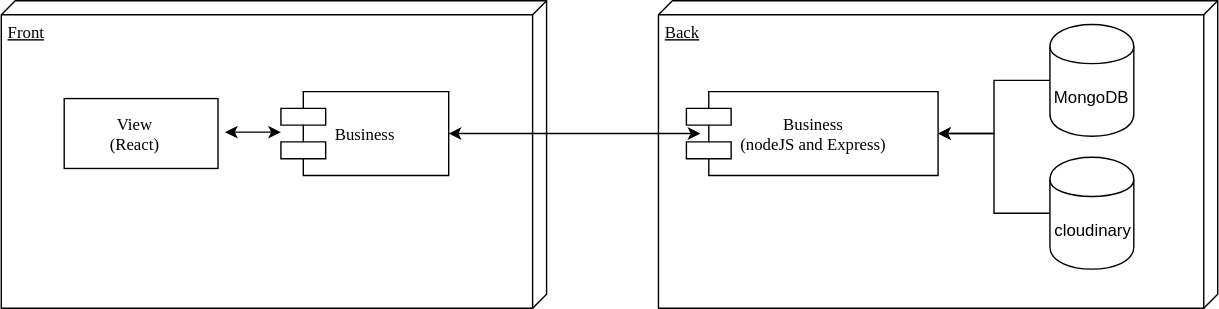
Before: skysquare-docs/images/block-diagram.svg, a diagram exported from draw.io (anasanjuan/skysquare). Source tidied: cells renumbered, new cells last; positions are measured from the earlier drawing's top-left corner, leaving out a move shared by most shapes.
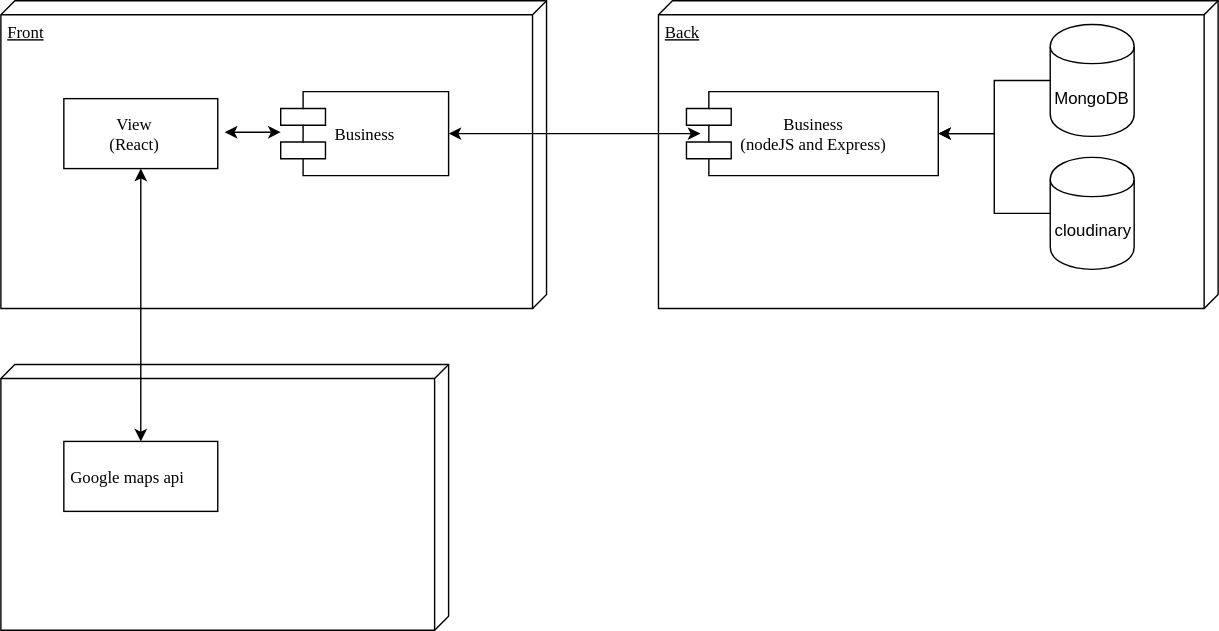
After the commit.

Diff of the diagram source:
```diff
@@ -5,6 +5,9 @@
     <mxCell id="2" value="Front" style="verticalAlign=top;align=left;spacingTop=8;spacingLeft=2;spacingRight=12;shape=cube;size=10;direction=south;fontStyle=4;html=1;rounded=0;shadow=0;comic=0;labelBackgroundColor=none;strokeColor=#000000;strokeWidth=1;fillColor=#ffffff;fontFamily=Verdana;fontSize=12;fontColor=#000000;" parent="1" vertex="1">
       <mxGeometry width="390" height="220" as="geometry" />
     </mxCell>
+    <mxCell id="13" style="verticalAlign=top;align=left;spacingTop=8;spacingLeft=2;spacingRight=12;shape=cube;size=10;direction=south;fontStyle=4;html=1;rounded=0;shadow=0;comic=0;labelBackgroundColor=none;strokeColor=#000000;strokeWidth=1;fillColor=#ffffff;fontFamily=Verdana;fontSize=12;fontColor=#000000;" parent="1" vertex="1">
+      <mxGeometry y="260" width="320" height="190" as="geometry" />
+    </mxCell>
     <mxCell id="3" value="Back" style="verticalAlign=top;align=left;spacingTop=8;spacingLeft=2;spacingRight=12;shape=cube;size=10;direction=south;fontStyle=4;html=1;rounded=0;shadow=0;comic=0;labelBackgroundColor=none;strokeColor=#000000;strokeWidth=1;fillColor=#ffffff;fontFamily=Verdana;fontSize=12;fontColor=#000000;" parent="1" vertex="1">
       <mxGeometry x="470" width="400" height="220" as="geometry" />
     </mxCell>
@@ -40,5 +43,11 @@
     <mxCell id="12" value="cloudinary" style="shape=cylinder;whiteSpace=wrap;html=1;boundedLbl=1;backgroundOutline=1;" parent="1" vertex="1">
       <mxGeometry x="750" y="112" width="60" height="80" as="geometry" />
     </mxCell>
+    <mxCell id="14" style="endArrow=classic;startArrow=classic;html=1;entryX=0.5;entryY=1;exitX=0.5;exitY=0;" parent="1" edge="1" source="15" target="4">
+      <mxGeometry relative="1" as="geometry" />
+    </mxCell>
+    <mxCell id="15" value="Google maps api&lt;br&gt;" style="html=1;rounded=0;shadow=0;comic=0;labelBackgroundColor=none;strokeColor=#000000;strokeWidth=1;fillColor=#ffffff;fontFamily=Verdana;fontSize=12;fontColor=#000000;align=center;" parent="1" vertex="1">
+      <mxGeometry x="45" y="315" width="110" height="50" as="geometry" />
+    </mxCell>
   </root>
 </mxGraphModel>
```
